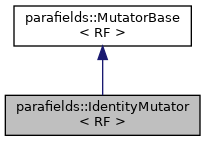
parafields/parafields-core keeps this Graphviz diagram as a01040.png. Above is the earlier version. Its source is kept beside it as a01040.dot.
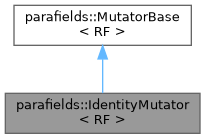
After the change.

What changed in the source:
```diff
@@ -1,8 +1,9 @@
 digraph "parafields::IdentityMutator&lt; RF &gt;"
 {
-  edge [fontname="Helvetica",fontsize="10",labelfontname="Helvetica",labelfontsize="10"];
-  node [fontname="Helvetica",fontsize="10",shape=record];
-  Node1 [label="parafields::IdentityMutator\l\< RF \>",height=0.2,width=0.4,color="black", fillcolor="grey75", style="filled", fontcolor="black",tooltip="Default Identity mutator that leaves its argument unchanged."];
-  Node2 -> Node1 [dir="back",color="midnightblue",fontsize="10",style="solid",fontname="Helvetica"];
-  Node2 [label="parafields::MutatorBase\l\< RF \>",height=0.2,width=0.4,color="black", fillcolor="white", style="filled",URL="$a01037.html",tooltip="Abstract base class for value transformations."];
+  bgcolor="transparent";
+  edge [fontname=Helvetica,fontsize=10,labelfontname=Helvetica,labelfontsize=10];
+  node [fontname=Helvetica,fontsize=10,shape=box,height=0.2,width=0.4];
+  Node1 [id="Node000001",label="parafields::IdentityMutator\l\< RF \>",height=0.2,width=0.4,color="gray40", fillcolor="grey60", style="filled", fontcolor="black",tooltip="Default Identity mutator that leaves its argument unchanged."];
+  Node2 -> Node1 [id="edge1_Node000001_Node000002",dir="back",color="steelblue1",style="solid",tooltip=" "];
+  Node2 [id="Node000002",label="parafields::MutatorBase\l\< RF \>",height=0.2,width=0.4,color="gray40", fillcolor="white", style="filled",URL="$a01037.html",tooltip="Abstract base class for value transformations."];
 }
```
